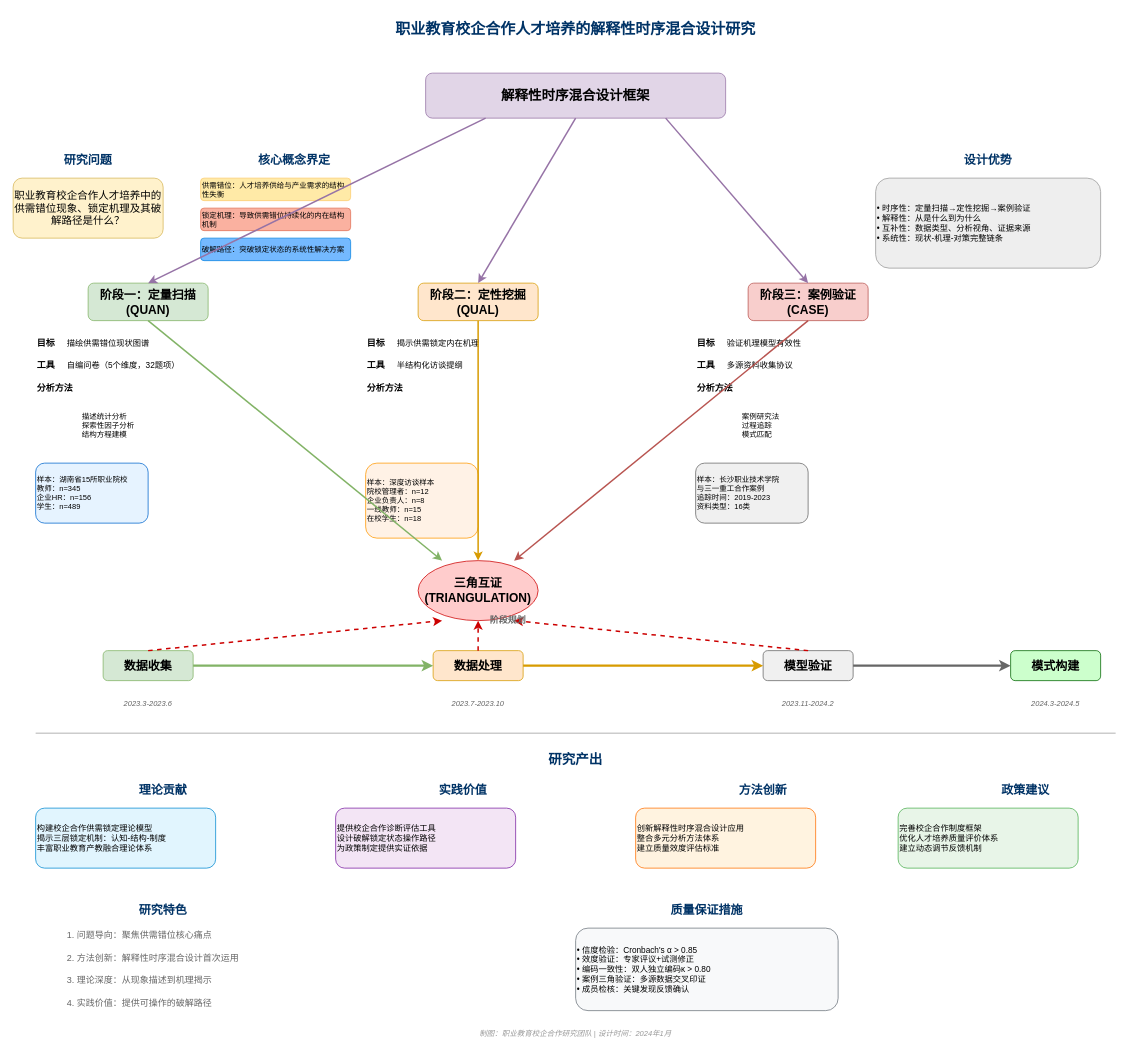
Above: manuals/职业教育校企合作人才培养的解释性时序混合设计研究.drawio in lisi2016/AutoHotKey (draw.io), before the change. Source tidied: cells renumbered, new cells numbered last; positions are measured from the earlier drawing's top-left corner, leaving out a move shared by most shapes. Both pictures are drawn from the tidied source at 75%, with x=0, y=0 at pixel (13, 13).
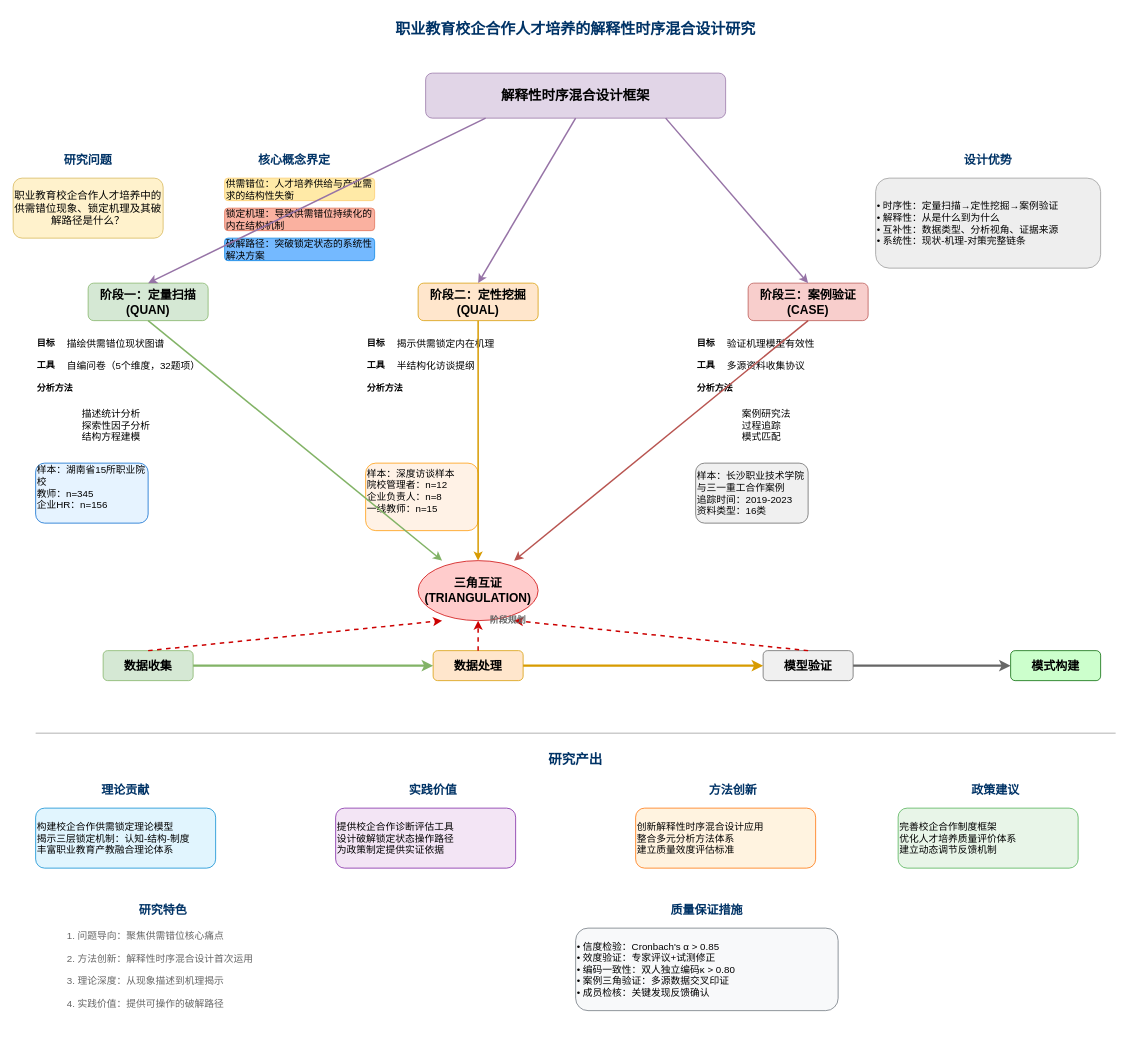
After the change.

Commit message:
更新职业教育校企合作人才培养的解释性时序混合设计研究.drawio

Diff of the diagram source:
```diff
@@
-    <mxCell id="7" value="供需错位：人才培养供给与产业需求的结构性失衡" style="rounded=1;whiteSpace=wrap;html=1;fillColor=#ffeaa7;strokeColor=#fdcb6e;fontSize=10;align=left;" parent="1" vertex="1">
-      <mxGeometry x="250" y="220" width="200" height="30" as="geometry" />
+    <mxCell id="7" value="供需错位：人才培养供给与产业需求的结构性失衡" style="rounded=1;whiteSpace=wrap;html=1;fillColor=#ffeaa7;strokeColor=#fdcb6e;fontSize=13;align=left;" parent="1" vertex="1">
+      <mxGeometry x="282" y="220" width="200" height="30" as="geometry" />
     </mxCell>
-    <mxCell id="8" value="锁定机理：导致供需错位持续化的内在结构机制" style="rounded=1;whiteSpace=wrap;html=1;fillColor=#fab1a0;strokeColor=#e17055;fontSize=10;align=left;" parent="1" vertex="1">
-      <mxGeometry x="250" y="260" width="200" height="30" as="geometry" />
+    <mxCell id="8" value="锁定机理：导致供需错位持续化的内在结构机制" style="rounded=1;whiteSpace=wrap;html=1;fillColor=#fab1a0;strokeColor=#e17055;fontSize=13;align=left;" parent="1" vertex="1">
+      <mxGeometry x="282" y="260" width="200" height="30" as="geometry" />
     </mxCell>
-    <mxCell id="9" value="破解路径：突破锁定状态的系统性解决方案" style="rounded=1;whiteSpace=wrap;html=1;fillColor=#74b9ff;strokeColor=#0984e3;fontSize=10;align=left;" parent="1" vertex="1">
-      <mxGeometry x="250" y="300" width="200" height="30" as="geometry" />
+    <mxCell id="9" value="破解路径：突破锁定状态的系统性解决方案" style="rounded=1;whiteSpace=wrap;html=1;fillColor=#74b9ff;strokeColor=#0984e3;fontSize=13;align=left;" parent="1" vertex="1">
+      <mxGeometry x="282" y="300" width="200" height="30" as="geometry" />
     </mxCell>
@@
-    <mxCell id="11" value="• 时序性：定量扫描→定性挖掘→案例验证&lt;br/&gt;• 解释性：从是什么到为什么&lt;br/&gt;• 互补性：数据类型、分析视角、证据来源&lt;br/&gt;• 系统性：现状-机理-对策完整链条" style="rounded=1;whiteSpace=wrap;html=1;fillColor=#eeeeee;strokeColor=#999999;fontSize=11;align=left;" parent="1" vertex="1">
+    <mxCell id="11" value="• 时序性：定量扫描→定性挖掘→案例验证&lt;br&gt;• 解释性：从是什么到为什么&lt;br&gt;• 互补性：数据类型、分析视角、证据来源&lt;br&gt;• 系统性：现状-机理-对策完整链条" style="rounded=1;whiteSpace=wrap;html=1;fillColor=#eeeeee;strokeColor=#999999;fontSize=13;align=left;" parent="1" vertex="1">
       <mxGeometry x="1150" y="220" width="300" height="120" as="geometry" />
     </mxCell>
@@
-    <mxCell id="14" value="描绘供需错位现状图谱" style="text;html=1;strokeColor=none;fillColor=none;align=left;verticalAlign=middle;whiteSpace=wrap;rounded=0;fontSize=11;" parent="1" vertex="1">
+    <mxCell id="14" value="描绘供需错位现状图谱" style="text;html=1;strokeColor=none;fillColor=none;align=left;verticalAlign=middle;whiteSpace=wrap;rounded=0;fontSize=13;" parent="1" vertex="1">
       <mxGeometry x="70" y="430" width="200" height="20" as="geometry" />
     </mxCell>
@@
-    <mxCell id="16" value="自编问卷（5个维度，32题项）" style="text;html=1;strokeColor=none;fillColor=none;align=left;verticalAlign=middle;whiteSpace=wrap;rounded=0;fontSize=11;" parent="1" vertex="1">
+    <mxCell id="16" value="自编问卷（5个维度，32题项）" style="text;html=1;strokeColor=none;fillColor=none;align=left;verticalAlign=middle;whiteSpace=wrap;rounded=0;fontSize=13;" parent="1" vertex="1">
       <mxGeometry x="70" y="460" width="200" height="20" as="geometry" />
     </mxCell>
@@
-    <mxCell id="18" value="描述统计分析&lt;br/&gt;探索性因子分析&lt;br/&gt;结构方程建模" style="text;html=1;strokeColor=none;fillColor=none;align=left;verticalAlign=middle;whiteSpace=wrap;rounded=0;fontSize=10;" parent="1" vertex="1">
+    <mxCell id="18" value="描述统计分析&lt;br&gt;探索性因子分析&lt;br&gt;结构方程建模" style="text;html=1;strokeColor=none;fillColor=none;align=left;verticalAlign=middle;whiteSpace=wrap;rounded=0;fontSize=13;" parent="1" vertex="1">
       <mxGeometry x="90" y="520" width="140" height="60" as="geometry" />
     </mxCell>
-    <mxCell id="19" value="样本：湖南省15所职业院校&lt;br/&gt;教师：n=345&lt;br/&gt;企业HR：n=156&lt;br/&gt;学生：n=489" style="rounded=1;whiteSpace=wrap;html=1;fillColor=#e6f3ff;strokeColor=#0066cc;fontSize=10;align=left;" parent="1" vertex="1">
+    <mxCell id="19" value="样本：湖南省15所职业院校&lt;br&gt;教师：n=345&lt;br&gt;企业HR：n=156&lt;div&gt;&lt;br&gt;&lt;/div&gt;" style="rounded=1;whiteSpace=wrap;html=1;fillColor=#e6f3ff;strokeColor=#0066cc;fontSize=13;align=left;" parent="1" vertex="1">
       <mxGeometry x="30" y="600" width="150" height="80" as="geometry" />
     </mxCell>
@@
-    <mxCell id="22" value="揭示供需锁定内在机理" style="text;html=1;strokeColor=none;fillColor=none;align=left;verticalAlign=middle;whiteSpace=wrap;rounded=0;fontSize=11;" parent="1" vertex="1">
+    <mxCell id="22" value="揭示供需锁定内在机理" style="text;html=1;strokeColor=none;fillColor=none;align=left;verticalAlign=middle;whiteSpace=wrap;rounded=0;fontSize=13;" parent="1" vertex="1">
       <mxGeometry x="510" y="430" width="200" height="20" as="geometry" />
     </mxCell>
@@
-    <mxCell id="24" value="半结构化访谈提纲" style="text;html=1;strokeColor=none;fillColor=none;align=left;verticalAlign=middle;whiteSpace=wrap;rounded=0;fontSize=11;" parent="1" vertex="1">
+    <mxCell id="24" value="半结构化访谈提纲" style="text;html=1;strokeColor=none;fillColor=none;align=left;verticalAlign=middle;whiteSpace=wrap;rounded=0;fontSize=13;" parent="1" vertex="1">
       <mxGeometry x="510" y="460" width="200" height="20" as="geometry" />
     </mxCell>
@@
-    <mxCell id="26" value="样本：深度访谈样本&lt;br/&gt;院校管理者：n=12&lt;br/&gt;企业负责人：n=8&lt;br/&gt;一线教师：n=15&lt;br/&gt;在校学生：n=18" style="rounded=1;whiteSpace=wrap;html=1;fillColor=#fff2e6;strokeColor=#ff9900;fontSize=10;align=left;" parent="1" vertex="1">
-      <mxGeometry x="470" y="600" width="150" height="100" as="geometry" />
+    <mxCell id="26" value="样本：深度访谈样本&lt;br&gt;院校管理者：n=12&lt;br&gt;企业负责人：n=8&lt;br&gt;一线教师：n=15&lt;div&gt;&lt;br&gt;&lt;/div&gt;" style="rounded=1;whiteSpace=wrap;html=1;fillColor=#fff2e6;strokeColor=#ff9900;fontSize=13;align=left;" parent="1" vertex="1">
+      <mxGeometry x="470" y="600" width="150" height="90" as="geometry" />
     </mxCell>
@@
-    <mxCell id="29" value="验证机理模型有效性" style="text;html=1;strokeColor=none;fillColor=none;align=left;verticalAlign=middle;whiteSpace=wrap;rounded=0;fontSize=11;" parent="1" vertex="1">
+    <mxCell id="29" value="验证机理模型有效性" style="text;html=1;strokeColor=none;fillColor=none;align=left;verticalAlign=middle;whiteSpace=wrap;rounded=0;fontSize=13;" parent="1" vertex="1">
       <mxGeometry x="950" y="430" width="200" height="20" as="geometry" />
     </mxCell>
@@
-    <mxCell id="31" value="多源资料收集协议" style="text;html=1;strokeColor=none;fillColor=none;align=left;verticalAlign=middle;whiteSpace=wrap;rounded=0;fontSize=11;" parent="1" vertex="1">
+    <mxCell id="31" value="多源资料收集协议" style="text;html=1;strokeColor=none;fillColor=none;align=left;verticalAlign=middle;whiteSpace=wrap;rounded=0;fontSize=13;" parent="1" vertex="1">
       <mxGeometry x="950" y="460" width="200" height="20" as="geometry" />
     </mxCell>
@@
-    <mxCell id="33" value="案例研究法&lt;br/&gt;过程追踪&lt;br/&gt;模式匹配" style="text;html=1;strokeColor=none;fillColor=none;align=left;verticalAlign=middle;whiteSpace=wrap;rounded=0;fontSize=10;" parent="1" vertex="1">
+    <mxCell id="33" value="案例研究法&lt;br&gt;过程追踪&lt;br&gt;模式匹配" style="text;html=1;strokeColor=none;fillColor=none;align=left;verticalAlign=middle;whiteSpace=wrap;rounded=0;fontSize=13;" parent="1" vertex="1">
       <mxGeometry x="970" y="520" width="140" height="60" as="geometry" />
     </mxCell>
-    <mxCell id="34" value="样本：长沙职业技术学院&lt;br/&gt;与三一重工合作案例&lt;br/&gt;追踪时间：2019-2023&lt;br/&gt;资料类型：16类" style="rounded=1;whiteSpace=wrap;html=1;fillColor=#f0f0f0;strokeColor=#666666;fontSize=10;align=left;" parent="1" vertex="1">
+    <mxCell id="34" value="样本：长沙职业技术学院&lt;br&gt;与三一重工合作案例&lt;br&gt;追踪时间：2019-2023&lt;br&gt;资料类型：16类" style="rounded=1;whiteSpace=wrap;html=1;fillColor=#f0f0f0;strokeColor=#666666;fontSize=13;align=left;" parent="1" vertex="1">
       <mxGeometry x="910" y="600" width="150" height="80" as="geometry" />
     </mxCell>
@@
-    <mxCell id="47" value="2023.3-2023.6" style="text;html=1;strokeColor=none;fillColor=none;align=center;verticalAlign=middle;whiteSpace=wrap;rounded=0;fontSize=10;fontColor=#666666;fontStyle=2;" parent="1" vertex="1">
-      <mxGeometry x="130" y="910" width="100" height="20" as="geometry" />
-    </mxCell>
-    <mxCell id="48" value="2023.7-2023.10" style="text;html=1;strokeColor=none;fillColor=none;align=center;verticalAlign=middle;whiteSpace=wrap;rounded=0;fontSize=10;fontColor=#666666;fontStyle=2;" parent="1" vertex="1">
-      <mxGeometry x="570" y="910" width="100" height="20" as="geometry" />
-    </mxCell>
-    <mxCell id="49" value="2023.11-2024.2" style="text;html=1;strokeColor=none;fillColor=none;align=center;verticalAlign=middle;whiteSpace=wrap;rounded=0;fontSize=10;fontColor=#666666;fontStyle=2;" parent="1" vertex="1">
-      <mxGeometry x="1010" y="910" width="100" height="20" as="geometry" />
-    </mxCell>
-    <mxCell id="50" value="2024.3-2024.5" style="text;html=1;strokeColor=none;fillColor=none;align=center;verticalAlign=middle;whiteSpace=wrap;rounded=0;fontSize=10;fontColor=#666666;fontStyle=2;" parent="1" vertex="1">
-      <mxGeometry x="1340" y="910" width="100" height="20" as="geometry" />
-    </mxCell>
@@
     <mxCell id="53" value="理论贡献" style="text;html=1;strokeColor=none;fillColor=none;align=center;verticalAlign=middle;whiteSpace=wrap;rounded=0;fontSize=16;fontStyle=1;fontColor=#003366;" parent="1" vertex="1">
-      <mxGeometry x="150" y="1020" width="100" height="30" as="geometry" />
+      <mxGeometry x="100" y="1020" width="100" height="30" as="geometry" />
     </mxCell>
-    <mxCell id="54" value="构建校企合作供需锁定理论模型&lt;br/&gt;揭示三层锁定机制：认知-结构-制度&lt;br/&gt;丰富职业教育产教融合理论体系" style="rounded=1;whiteSpace=wrap;html=1;fillColor=#e1f5fe;strokeColor=#0288d1;fontSize=11;align=left;" parent="1" vertex="1">
+    <mxCell id="54" value="构建校企合作供需锁定理论模型&lt;br&gt;揭示三层锁定机制：认知-结构-制度&lt;br&gt;丰富职业教育产教融合理论体系" style="rounded=1;whiteSpace=wrap;html=1;fillColor=#e1f5fe;strokeColor=#0288d1;fontSize=13;align=left;" parent="1" vertex="1">
       <mxGeometry x="30" y="1060" width="240" height="80" as="geometry" />
     </mxCell>
     <mxCell id="55" value="实践价值" style="text;html=1;strokeColor=none;fillColor=none;align=center;verticalAlign=middle;whiteSpace=wrap;rounded=0;fontSize=16;fontStyle=1;fontColor=#003366;" parent="1" vertex="1">
-      <mxGeometry x="550" y="1020" width="100" height="30" as="geometry" />
+      <mxGeometry x="510" y="1020" width="100" height="30" as="geometry" />
     </mxCell>
-    <mxCell id="56" value="提供校企合作诊断评估工具&lt;br/&gt;设计破解锁定状态操作路径&lt;br/&gt;为政策制定提供实证依据" style="rounded=1;whiteSpace=wrap;html=1;fillColor=#f3e5f5;strokeColor=#7b1fa2;fontSize=11;align=left;" parent="1" vertex="1">
+    <mxCell id="56" value="提供校企合作诊断评估工具&lt;br&gt;设计破解锁定状态操作路径&lt;br&gt;为政策制定提供实证依据" style="rounded=1;whiteSpace=wrap;html=1;fillColor=#f3e5f5;strokeColor=#7b1fa2;fontSize=13;align=left;" parent="1" vertex="1">
       <mxGeometry x="430" y="1060" width="240" height="80" as="geometry" />
     </mxCell>
     <mxCell id="57" value="方法创新" style="text;html=1;strokeColor=none;fillColor=none;align=center;verticalAlign=middle;whiteSpace=wrap;rounded=0;fontSize=16;fontStyle=1;fontColor=#003366;" parent="1" vertex="1">
-      <mxGeometry x="950" y="1020" width="100" height="30" as="geometry" />
+      <mxGeometry x="910" y="1020" width="100" height="30" as="geometry" />
     </mxCell>
-    <mxCell id="58" value="创新解释性时序混合设计应用&lt;br/&gt;整合多元分析方法体系&lt;br/&gt;建立质量效度评估标准" style="rounded=1;whiteSpace=wrap;html=1;fillColor=#fff3e0;strokeColor=#ff6f00;fontSize=11;align=left;" parent="1" vertex="1">
+    <mxCell id="58" value="创新解释性时序混合设计应用&lt;br&gt;整合多元分析方法体系&lt;br&gt;建立质量效度评估标准" style="rounded=1;whiteSpace=wrap;html=1;fillColor=#fff3e0;strokeColor=#ff6f00;fontSize=13;align=left;" parent="1" vertex="1">
       <mxGeometry x="830" y="1060" width="240" height="80" as="geometry" />
     </mxCell>
     <mxCell id="59" value="政策建议" style="text;html=1;strokeColor=none;fillColor=none;align=center;verticalAlign=middle;whiteSpace=wrap;rounded=0;fontSize=16;fontStyle=1;fontColor=#003366;" parent="1" vertex="1">
-      <mxGeometry x="1300" y="1020" width="100" height="30" as="geometry" />
+      <mxGeometry x="1260" y="1020" width="100" height="30" as="geometry" />
     </mxCell>
-    <mxCell id="60" value="完善校企合作制度框架&lt;br/&gt;优化人才培养质量评价体系&lt;br/&gt;建立动态调节反馈机制" style="rounded=1;whiteSpace=wrap;html=1;fillColor=#e8f5e8;strokeColor=#4caf50;fontSize=11;align=left;" parent="1" vertex="1">
+    <mxCell id="60" value="完善校企合作制度框架&lt;br&gt;优化人才培养质量评价体系&lt;br&gt;建立动态调节反馈机制" style="rounded=1;whiteSpace=wrap;html=1;fillColor=#e8f5e8;strokeColor=#4caf50;fontSize=13;align=left;" parent="1" vertex="1">
       <mxGeometry x="1180" y="1060" width="240" height="80" as="geometry" />
     </mxCell>
@@
-    <mxCell id="62" value="1. 问题导向：聚焦供需错位核心痛点" style="text;html=1;strokeColor=none;fillColor=none;align=left;verticalAlign=middle;whiteSpace=wrap;rounded=0;fontSize=12;fontColor=#666666;" parent="1" vertex="1">
+    <mxCell id="62" value="1. 问题导向：聚焦供需错位核心痛点" style="text;html=1;strokeColor=none;fillColor=none;align=left;verticalAlign=middle;whiteSpace=wrap;rounded=0;fontSize=13;fontColor=#666666;" parent="1" vertex="1">
       <mxGeometry x="70" y="1220" width="300" height="20" as="geometry" />
     </mxCell>
-    <mxCell id="63" value="2. 方法创新：解释性时序混合设计首次运用" style="text;html=1;strokeColor=none;fillColor=none;align=left;verticalAlign=middle;whiteSpace=wrap;rounded=0;fontSize=12;fontColor=#666666;" parent="1" vertex="1">
+    <mxCell id="63" value="2. 方法创新：解释性时序混合设计首次运用" style="text;html=1;strokeColor=none;fillColor=none;align=left;verticalAlign=middle;whiteSpace=wrap;rounded=0;fontSize=13;fontColor=#666666;" parent="1" vertex="1">
       <mxGeometry x="70" y="1250" width="320" height="20" as="geometry" />
     </mxCell>
-    <mxCell id="64" value="3. 理论深度：从现象描述到机理揭示" style="text;html=1;strokeColor=none;fillColor=none;align=left;verticalAlign=middle;whiteSpace=wrap;rounded=0;fontSize=12;fontColor=#666666;" parent="1" vertex="1">
+    <mxCell id="64" value="3. 理论深度：从现象描述到机理揭示" style="text;html=1;strokeColor=none;fillColor=none;align=left;verticalAlign=middle;whiteSpace=wrap;rounded=0;fontSize=13;fontColor=#666666;" parent="1" vertex="1">
       <mxGeometry x="70" y="1280" width="280" height="20" as="geometry" />
     </mxCell>
-    <mxCell id="65" value="4. 实践价值：提供可操作的破解路径" style="text;html=1;strokeColor=none;fillColor=none;align=left;verticalAlign=middle;whiteSpace=wrap;rounded=0;fontSize=12;fontColor=#666666;" parent="1" vertex="1">
+    <mxCell id="65" value="4. 实践价值：提供可操作的破解路径" style="text;html=1;strokeColor=none;fillColor=none;align=left;verticalAlign=middle;whiteSpace=wrap;rounded=0;fontSize=13;fontColor=#666666;" parent="1" vertex="1">
       <mxGeometry x="70" y="1310" width="280" height="20" as="geometry" />
     </mxCell>
@@
-    <mxCell id="67" value="• 信度检验：Cronbach's α &gt; 0.85&lt;br/&gt;• 效度验证：专家评议+试测修正&lt;br/&gt;• 编码一致性：双人独立编码κ &gt; 0.80&lt;br/&gt;• 案例三角验证：多源数据交叉印证&lt;br/&gt;• 成员检核：关键发现反馈确认" style="rounded=1;whiteSpace=wrap;html=1;fillColor=#f8f9fa;strokeColor=#6c757d;fontSize=11;align=left;" parent="1" vertex="1">
+    <mxCell id="67" value="• 信度检验：Cronbach's α &amp;gt; 0.85&lt;br&gt;• 效度验证：专家评议+试测修正&lt;br&gt;• 编码一致性：双人独立编码κ &amp;gt; 0.80&lt;br&gt;• 案例三角验证：多源数据交叉印证&lt;br&gt;• 成员检核：关键发现反馈确认" style="rounded=1;whiteSpace=wrap;html=1;fillColor=#f8f9fa;strokeColor=#6c757d;fontSize=13;align=left;" parent="1" vertex="1">
       <mxGeometry x="750" y="1220" width="350" height="110" as="geometry" />
     </mxCell>
@@
-    <mxCell id="74" value="制图：职业教育校企合作研究团队 | 设计时间：2024年1月" style="text;html=1;strokeColor=none;fillColor=none;align=center;verticalAlign=middle;whiteSpace=wrap;rounded=0;fontSize=10;fontColor=#999999;fontStyle=2;" parent="1" vertex="1">
-      <mxGeometry x="550" y="1350" width="400" height="20" as="geometry" />
-    </mxCell>
```
